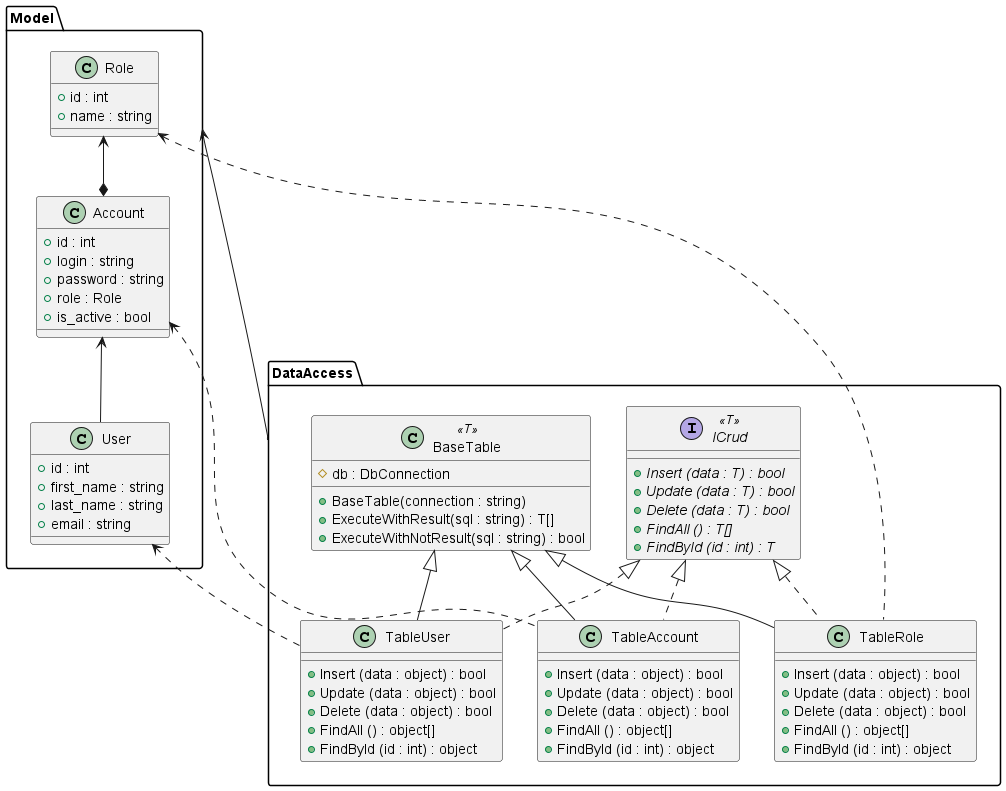
Above: DapperDemo.Model/class_diagram.png in anst-foto/DapperDemo (PlantUML), before the change.
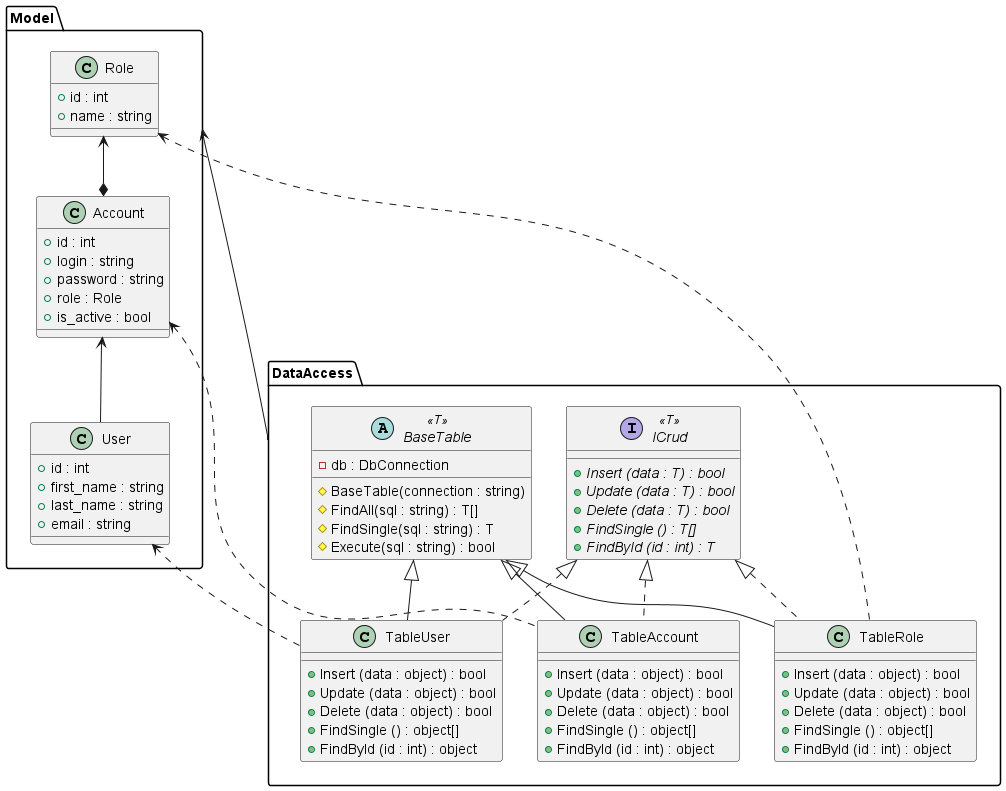
The same diagram one commit later.

Commit message:
Обновление диаграммы классов. Переименование методов, изменение области доступности

Diff of the diagram source:
```diff
@@ -29,15 +29,16 @@
         + {abstract} Insert (data : T) : bool
         + {abstract} Update (data : T) : bool
         + {abstract} Delete (data : T) : bool
-        + {abstract} FindAll () : T[]
+        + {abstract} FindSingle () : T[]
         + {abstract} FindById (id : int) : T
     }
 
-    class BaseTable<<T>> {
-        # db : DbConnection
-        + BaseTable(connection : string)
-        + ExecuteWithResult(sql : string) : T[]
-        + ExecuteWithNotResult(sql : string) : bool
+    abstract class BaseTable<<T>> {
+        - db : DbConnection
+        # BaseTable(connection : string)
+        # FindAll(sql : string) : T[]
+        # FindSingle(sql : string) : T
+        # Execute(sql : string) : bool
     }
 
     Role <.. TableRole
@@ -47,7 +48,7 @@
         + Insert (data : object) : bool
         + Update (data : object) : bool
         + Delete (data : object) : bool
-        + FindAll () : object[]
+        + FindSingle () : object[]
         + FindById (id : int) : object
     }
 
@@ -58,7 +59,7 @@
         + Insert (data : object) : bool
         + Update (data : object) : bool
         + Delete (data : object) : bool
-        + FindAll () : object[]
+        + FindSingle () : object[]
         + FindById (id : int) : object
     }
 
@@ -69,7 +70,7 @@
         + Insert (data : object) : bool
         + Update (data : object) : bool
         + Delete (data : object) : bool
-        + FindAll () : object[]
+        + FindSingle () : object[]
         + FindById (id : int) : object
     }
 }
```
